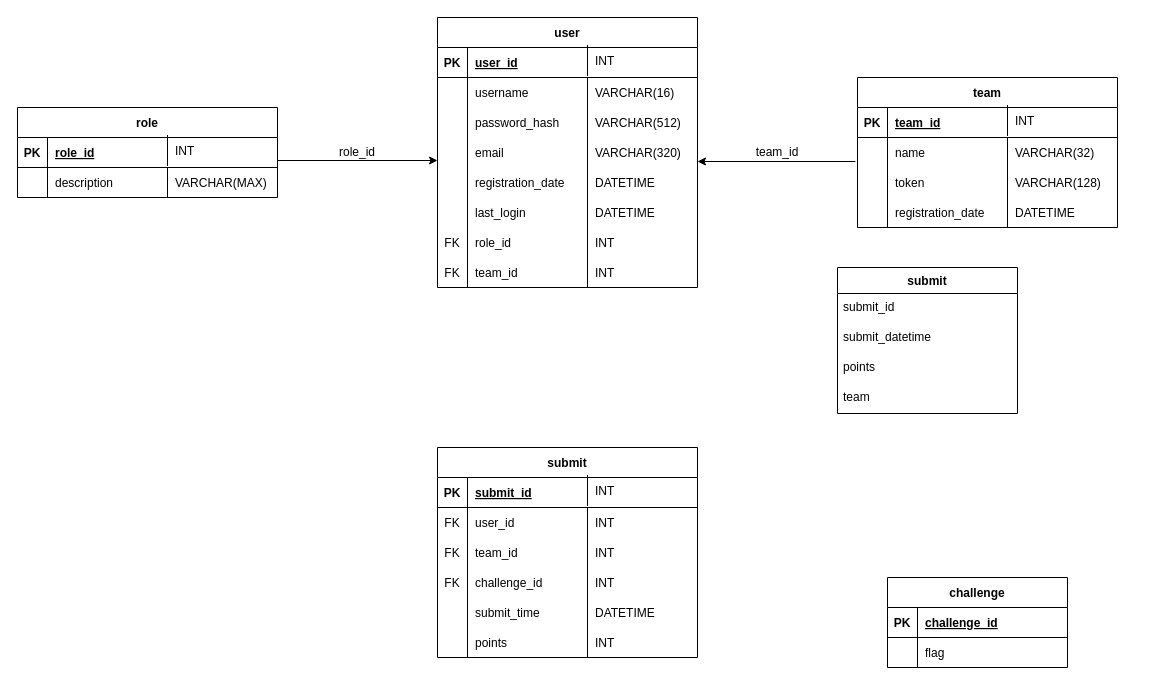
This is db/design/schema_diagram.drawio from FeeeDz/H4ckUs4t1_CTF, a draw.io file, before an edit. Source tidied: cells renumbered, new cells numbered last; positions are measured from the earlier drawing's top-left corner, leaving out a move shared by most shapes. Both pictures are drawn from the tidied source at 100%, with x=0, y=0 at pixel (17, 17).
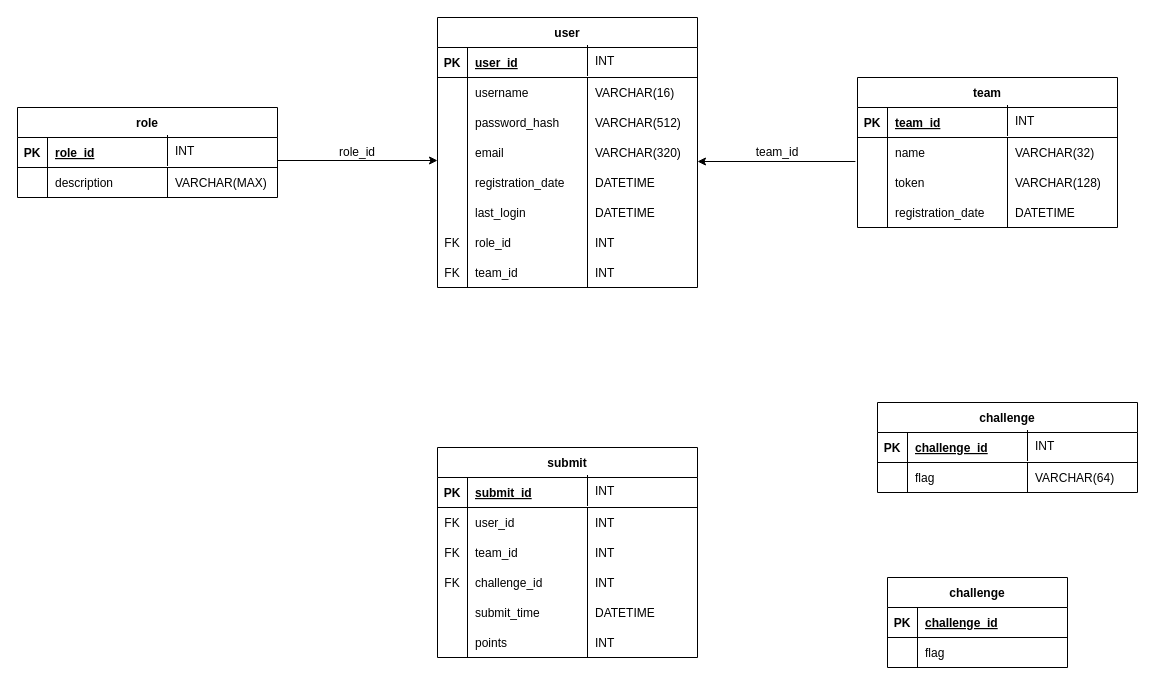
The same page after the edit.

Diff of the diagram source:
```diff
@@
-    <mxCell id="10" value="submit" style="swimlane;fontStyle=1;horizontal=1;startSize=26;align=center;fontSize=12;" parent="1" vertex="1">
-      <mxGeometry x="820" y="250" width="180" height="146" as="geometry" />
-    </mxCell>
-    <mxCell id="11" value="submit_id" style="text;strokeColor=none;fillColor=none;spacingLeft=4;spacingRight=4;overflow=hidden;fontSize=12;" parent="10" vertex="1">
-      <mxGeometry y="26" width="180" height="30" as="geometry" />
-    </mxCell>
-    <mxCell id="12" value="submit_datetime" style="text;strokeColor=none;fillColor=none;spacingLeft=4;spacingRight=4;overflow=hidden;fontSize=12;" parent="10" vertex="1">
-      <mxGeometry y="56" width="180" height="30" as="geometry" />
-    </mxCell>
-    <mxCell id="13" value="points" style="text;strokeColor=none;fillColor=none;spacingLeft=4;spacingRight=4;overflow=hidden;fontSize=12;imageAspect=1;" parent="10" vertex="1">
-      <mxGeometry y="86" width="180" height="30" as="geometry" />
-    </mxCell>
-    <mxCell id="14" value="team" style="text;strokeColor=none;fillColor=none;spacingLeft=4;spacingRight=4;overflow=hidden;fontSize=12;" parent="10" vertex="1">
-      <mxGeometry y="116" width="180" height="30" as="geometry" />
-    </mxCell>
@@
+    <mxCell id="115" style="shape=partialRectangle;fillColor=none;top=0;left=0;right=0;bottom=0;" parent="1" vertex="1">
+      <mxGeometry x="880" y="460" width="170" height="30" as="geometry" />
+    </mxCell>
+    <mxCell id="116" value="challenge" style="shape=table;startSize=30;childLayout=tableLayout;rowLines=0;fontStyle=1;align=center;" parent="1" vertex="1">
+      <mxGeometry x="860" y="385" width="260" height="90" as="geometry" />
+    </mxCell>
+    <mxCell id="117" style="shape=partialRectangle;fillColor=none;top=0;left=0;right=0;bottom=1;" parent="116" vertex="1">
+      <mxGeometry y="30" width="260" height="30" as="geometry" />
+    </mxCell>
+    <mxCell id="118" value="PK" style="shape=partialRectangle;overflow=hidden;fillColor=none;top=0;left=0;bottom=0;right=0;fontStyle=1;" parent="117" vertex="1">
+      <mxGeometry width="30" height="30" as="geometry" />
+    </mxCell>
+    <mxCell id="119" value="challenge_id" style="shape=partialRectangle;overflow=hidden;fillColor=none;top=0;left=0;bottom=0;right=0;align=left;spacingLeft=6;fontStyle=5;" parent="117" vertex="1">
+      <mxGeometry x="30" width="230" height="30" as="geometry" />
+    </mxCell>
+    <mxCell id="120" style="shape=partialRectangle;fillColor=none;top=0;left=0;right=0;bottom=0;" parent="116" vertex="1">
+      <mxGeometry y="60" width="260" height="30" as="geometry" />
+    </mxCell>
+    <mxCell id="121" style="shape=partialRectangle;overflow=hidden;fillColor=none;top=0;left=0;bottom=0;right=1;" parent="120" vertex="1">
+      <mxGeometry width="30" height="30" as="geometry" />
+    </mxCell>
+    <mxCell id="122" value="flag" style="shape=partialRectangle;overflow=hidden;fillColor=none;top=0;left=0;bottom=0;right=0;align=left;spacingLeft=6;" parent="120" vertex="1">
+      <mxGeometry x="30" width="230" height="30" as="geometry" />
+    </mxCell>
+    <mxCell id="123" value="VARCHAR(64)" style="shape=partialRectangle;overflow=hidden;fillColor=none;top=0;left=1;bottom=0;right=0;align=left;spacingLeft=6;" parent="1" vertex="1">
+      <mxGeometry x="1010" y="445" width="120" height="30" as="geometry" />
+    </mxCell>
+    <mxCell id="124" value="INT" style="shape=partialRectangle;overflow=hidden;fillColor=none;top=0;left=1;bottom=0;right=0;align=left;spacingLeft=6;" parent="1" vertex="1">
+      <mxGeometry x="1010" y="413" width="80" height="30" as="geometry" />
+    </mxCell>
```
